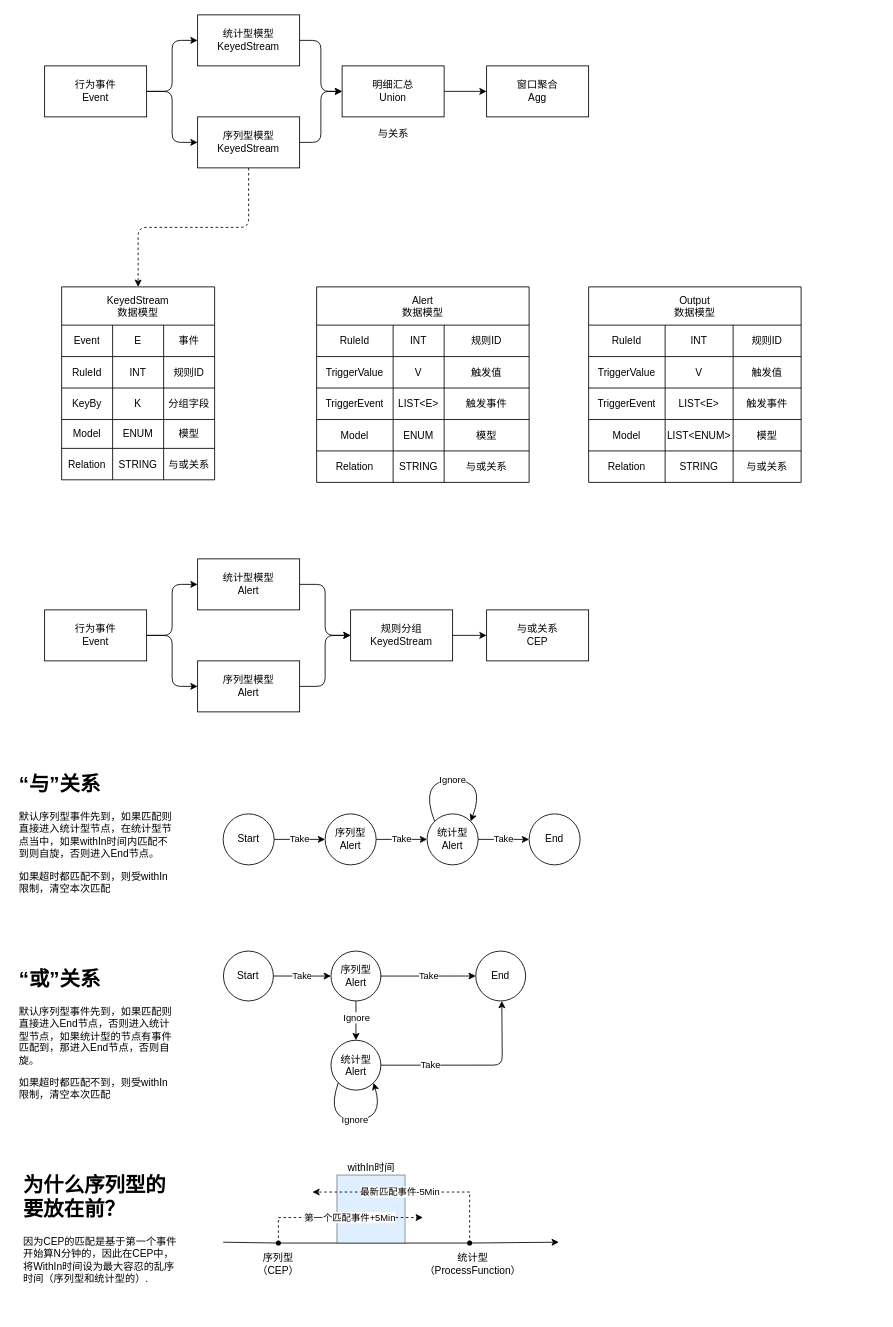
Before: cep.drawio in pengmide/draw, a draw.io diagram. Source tidied: cells renumbered, new cells numbered last; positions are measured from the earlier drawing's top-left corner, leaving out a move shared by most shapes. Both pictures are drawn from the tidied source at 85%, with x=0, y=0 at pixel (14, 14).
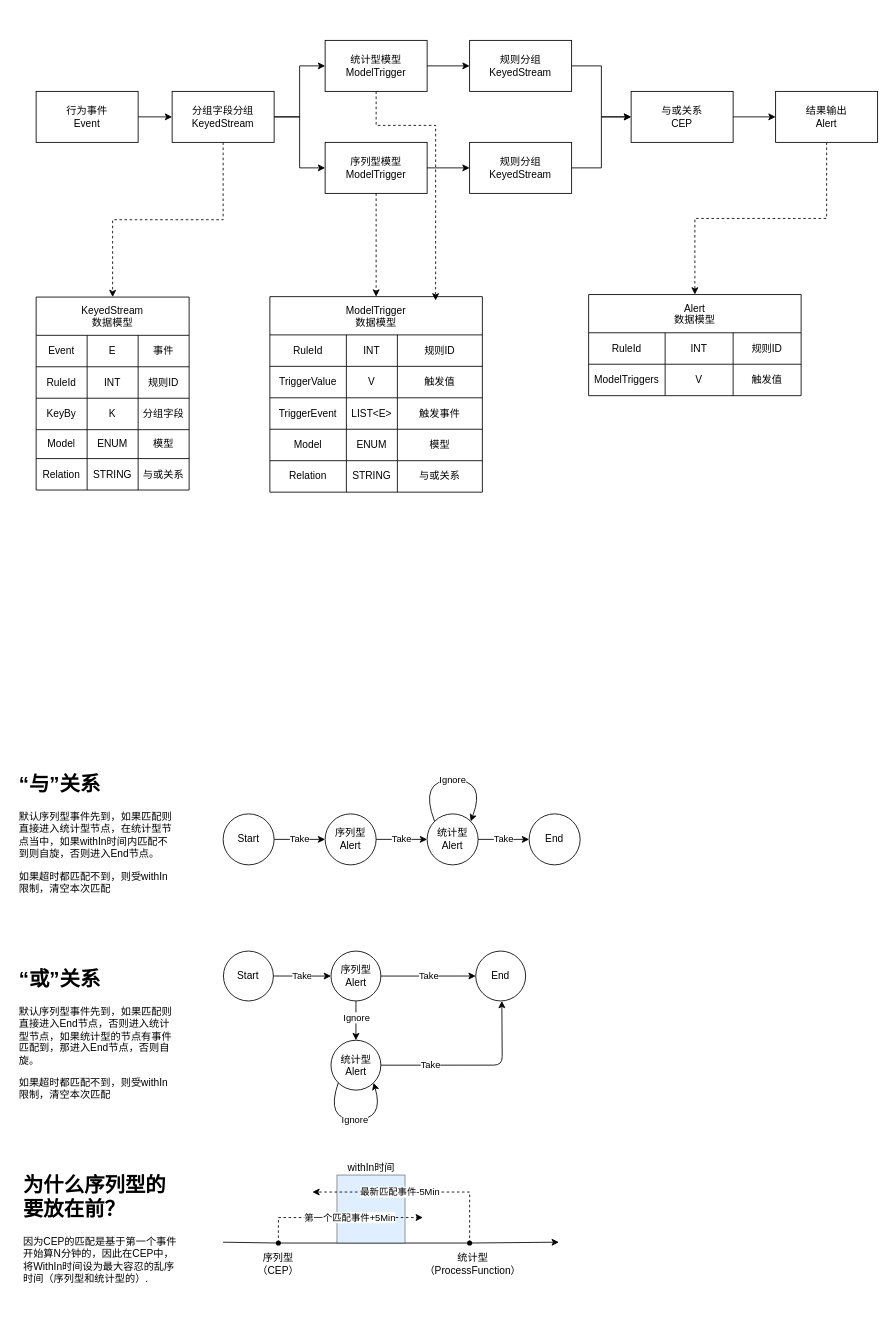
After the change.

The change refers to these unchanged cells:
```xml
<mxCell id="91" style="shape=tableRow;horizontal=0;startSize=0;swimlaneHead=0;swimlaneBody=0;top=0;left=0;bottom=0;right=0;fillColor=none;rounded=0;shadow=0;comic=0;sketch=0;" parent="86" vertex="1">
  <mxGeometry y="82" width="250" height="37" as="geometry" />
</mxCell>
```

Diff of the diagram source:
```diff
@@
-    <mxCell id="2" style="edgeStyle=orthogonalEdgeStyle;curved=0;rounded=1;sketch=0;jettySize=auto;html=1;" parent="1" edge="1" source="4" target="6">
-      <mxGeometry relative="1" as="geometry" />
-    </mxCell>
-    <mxCell id="3" style="edgeStyle=orthogonalEdgeStyle;curved=0;rounded=1;sketch=0;jettySize=auto;html=1;exitX=1;exitY=0.5;exitDx=0;exitDy=0;entryX=0;entryY=0.5;entryDx=0;entryDy=0;" parent="1" edge="1" source="4" target="9">
-      <mxGeometry relative="1" as="geometry" />
-    </mxCell>
-    <mxCell id="4" value="行为事件&lt;br&gt;Event" style="rounded=0;whiteSpace=wrap;html=1;" parent="1" vertex="1">
-      <mxGeometry x="35" y="60" width="120" height="60" as="geometry" />
-    </mxCell>
-    <mxCell id="5" style="edgeStyle=orthogonalEdgeStyle;curved=0;rounded=1;sketch=0;jettySize=auto;html=1;entryX=0;entryY=0.5;entryDx=0;entryDy=0;" parent="1" edge="1" source="6" target="11">
-      <mxGeometry relative="1" as="geometry" />
-    </mxCell>
-    <mxCell id="6" value="统计型模型&lt;br&gt;KeyedStream" style="rounded=0;whiteSpace=wrap;html=1;" parent="1" vertex="1">
-      <mxGeometry x="215" width="120" height="60" as="geometry" />
-    </mxCell>
-    <mxCell id="7" style="edgeStyle=orthogonalEdgeStyle;curved=0;rounded=1;sketch=0;jettySize=auto;html=1;entryX=0;entryY=0.5;entryDx=0;entryDy=0;" parent="1" edge="1" source="9" target="11">
-      <mxGeometry relative="1" as="geometry" />
-    </mxCell>
-    <mxCell id="8" style="edgeStyle=orthogonalEdgeStyle;curved=0;rounded=1;sketch=0;jettySize=auto;html=1;dashed=1;" parent="1" edge="1" source="9" target="15">
-      <mxGeometry relative="1" as="geometry" />
-    </mxCell>
-    <mxCell id="9" value="序列型模型&lt;br&gt;KeyedStream" style="rounded=0;whiteSpace=wrap;html=1;" parent="1" vertex="1">
-      <mxGeometry x="215" y="120" width="120" height="60" as="geometry" />
-    </mxCell>
-    <mxCell id="10" style="edgeStyle=orthogonalEdgeStyle;curved=0;rounded=1;sketch=0;jettySize=auto;html=1;" parent="1" edge="1" source="11" target="14">
-      <mxGeometry relative="1" as="geometry" />
-    </mxCell>
-    <mxCell id="11" value="明细汇总&lt;br&gt;Union" style="rounded=0;whiteSpace=wrap;html=1;" parent="1" vertex="1">
-      <mxGeometry x="385" y="60" width="120" height="60" as="geometry" />
-    </mxCell>
-    <mxCell id="12" style="edgeStyle=orthogonalEdgeStyle;curved=0;rounded=1;sketch=0;jettySize=auto;html=1;exitX=0.5;exitY=1;exitDx=0;exitDy=0;strokeColor=none;endArrow=none;" parent="1" edge="1" source="9">
-      <mxGeometry relative="1" as="geometry">
-        <mxPoint x="115" y="250" as="targetPoint" />
-      </mxGeometry>
-    </mxCell>
-    <mxCell id="13" value="与关系" style="text;html=1;align=center;verticalAlign=middle;strokeColor=none;fillColor=none;" parent="1" vertex="1">
-      <mxGeometry x="420" y="130" width="50" height="20" as="geometry" />
-    </mxCell>
-    <mxCell id="14" value="窗口聚合&lt;br&gt;Agg" style="whiteSpace=wrap;html=1;rounded=0;" parent="1" vertex="1">
-      <mxGeometry x="555" y="60" width="120" height="60" as="geometry" />
-    </mxCell>
     <mxCell id="15" value="KeyedStream&#10;数据模型" style="shape=table;startSize=45;childLayout=tableLayout;rounded=0;shadow=0;comic=0;sketch=0;" parent="1" vertex="1">
-      <mxGeometry x="55" y="320" width="180" height="227" as="geometry" />
+      <mxGeometry x="25" y="332" width="180" height="227" as="geometry" />
     </mxCell>
@@
-    <mxCell id="36" value="Alert&#10;数据模型" style="shape=table;startSize=45;childLayout=tableLayout;rounded=0;shadow=0;comic=0;sketch=0;fillColor=default;gradientColor=none;" parent="1" vertex="1">
-      <mxGeometry x="355" y="320" width="250" height="230" as="geometry" />
+    <mxCell id="36" value="ModelTrigger&#10;数据模型" style="shape=table;startSize=45;childLayout=tableLayout;rounded=0;shadow=0;comic=0;sketch=0;fillColor=default;gradientColor=none;" parent="1" vertex="1">
+      <mxGeometry x="300" y="331.5" width="250" height="230" as="geometry" />
     </mxCell>
@@
-    <mxCell id="57" style="edgeStyle=orthogonalEdgeStyle;curved=0;rounded=1;sketch=0;jettySize=auto;html=1;" parent="1" edge="1" source="59" target="61">
-      <mxGeometry relative="1" as="geometry" />
-    </mxCell>
-    <mxCell id="58" style="edgeStyle=orthogonalEdgeStyle;curved=0;rounded=1;sketch=0;jettySize=auto;html=1;exitX=1;exitY=0.5;exitDx=0;exitDy=0;entryX=0;entryY=0.5;entryDx=0;entryDy=0;" parent="1" edge="1" source="59" target="63">
-      <mxGeometry relative="1" as="geometry" />
-    </mxCell>
-    <mxCell id="59" value="行为事件&lt;br&gt;Event" style="rounded=0;whiteSpace=wrap;html=1;" parent="1" vertex="1">
-      <mxGeometry x="35" y="700" width="120" height="60" as="geometry" />
-    </mxCell>
-    <mxCell id="60" style="edgeStyle=orthogonalEdgeStyle;curved=0;rounded=1;sketch=0;jettySize=auto;html=1;entryX=0;entryY=0.5;entryDx=0;entryDy=0;" parent="1" edge="1" source="61" target="65">
-      <mxGeometry relative="1" as="geometry" />
-    </mxCell>
-    <mxCell id="61" value="统计型模型&lt;br&gt;Alert" style="rounded=0;whiteSpace=wrap;html=1;" parent="1" vertex="1">
-      <mxGeometry x="215" y="640" width="120" height="60" as="geometry" />
-    </mxCell>
-    <mxCell id="62" style="edgeStyle=orthogonalEdgeStyle;curved=0;rounded=1;sketch=0;jettySize=auto;html=1;entryX=0;entryY=0.5;entryDx=0;entryDy=0;" parent="1" edge="1" source="63" target="65">
-      <mxGeometry relative="1" as="geometry" />
-    </mxCell>
-    <mxCell id="63" value="序列型模型&lt;br&gt;Alert" style="rounded=0;whiteSpace=wrap;html=1;" parent="1" vertex="1">
-      <mxGeometry x="215" y="760" width="120" height="60" as="geometry" />
-    </mxCell>
-    <mxCell id="64" style="edgeStyle=orthogonalEdgeStyle;rounded=0;jettySize=auto;html=1;" parent="1" edge="1" source="65" target="66">
-      <mxGeometry relative="1" as="geometry" />
-    </mxCell>
-    <mxCell id="65" value="规则分组&lt;br&gt;KeyedStream" style="rounded=0;whiteSpace=wrap;html=1;" parent="1" vertex="1">
-      <mxGeometry x="395" y="700" width="120" height="60" as="geometry" />
-    </mxCell>
-    <mxCell id="66" value="与或关系&lt;br&gt;CEP" style="rounded=0;whiteSpace=wrap;html=1;" parent="1" vertex="1">
-      <mxGeometry x="555" y="700" width="120" height="60" as="geometry" />
-    </mxCell>
@@
-    <mxCell id="86" value="Output&#10;数据模型" style="shape=table;startSize=45;childLayout=tableLayout;rounded=0;shadow=0;comic=0;sketch=0;fillColor=default;gradientColor=none;" parent="1" vertex="1">
-      <mxGeometry x="675" y="320" width="250" height="230" as="geometry" />
+    <mxCell id="86" value="Alert&#10;数据模型" style="shape=table;startSize=45;childLayout=tableLayout;rounded=0;shadow=0;comic=0;sketch=0;fillColor=default;gradientColor=none;" parent="1" vertex="1">
+      <mxGeometry x="675" y="329" width="250" height="119" as="geometry" />
     </mxCell>
@@
-    <mxCell id="92" value="TriggerValue" style="shape=partialRectangle;html=1;whiteSpace=wrap;overflow=hidden;fillColor=none;top=0;left=0;bottom=0;right=0;rounded=0;shadow=0;comic=0;sketch=0;startSize=0;" parent="91" vertex="1">
+    <mxCell id="92" value="ModelTriggers" style="shape=partialRectangle;html=1;whiteSpace=wrap;overflow=hidden;fillColor=none;top=0;left=0;bottom=0;right=0;rounded=0;shadow=0;comic=0;sketch=0;startSize=0;" parent="91" vertex="1">
       <mxGeometry width="90" height="37" as="geometry" />
     </mxCell>
@@
-    <mxCell id="95" style="shape=tableRow;horizontal=0;startSize=0;swimlaneHead=0;swimlaneBody=0;top=0;left=0;bottom=0;right=0;fillColor=none;rounded=0;shadow=0;comic=0;sketch=0;" parent="86" vertex="1">
-      <mxGeometry y="119" width="250" height="37" as="geometry" />
-    </mxCell>
-    <mxCell id="96" value="TriggerEvent" style="shape=partialRectangle;html=1;whiteSpace=wrap;overflow=hidden;fillColor=none;top=0;left=0;bottom=0;right=0;rounded=0;shadow=0;comic=0;sketch=0;startSize=0;" parent="95" vertex="1">
-      <mxGeometry width="90" height="37" as="geometry" />
-    </mxCell>
-    <mxCell id="97" value="LIST&amp;lt;E&amp;gt;" style="shape=partialRectangle;html=1;whiteSpace=wrap;overflow=hidden;fillColor=none;top=0;left=0;bottom=0;right=0;rounded=0;shadow=0;comic=0;sketch=0;startSize=0;" parent="95" vertex="1">
-      <mxGeometry x="90" width="80" height="37" as="geometry" />
-    </mxCell>
-    <mxCell id="98" value="触发事件" style="shape=partialRectangle;html=1;whiteSpace=wrap;overflow=hidden;fillColor=none;top=0;left=0;bottom=0;right=0;rounded=0;shadow=0;comic=0;sketch=0;startSize=0;" parent="95" vertex="1">
-      <mxGeometry x="170" width="80" height="37" as="geometry" />
-    </mxCell>
-    <mxCell id="99" style="shape=tableRow;horizontal=0;startSize=0;swimlaneHead=0;swimlaneBody=0;top=0;left=0;bottom=0;right=0;fillColor=none;rounded=0;shadow=0;comic=0;sketch=0;" parent="86" vertex="1">
-      <mxGeometry y="156" width="250" height="37" as="geometry" />
-    </mxCell>
-    <mxCell id="100" value="&lt;span&gt;Model&lt;/span&gt;" style="shape=partialRectangle;html=1;whiteSpace=wrap;overflow=hidden;fillColor=none;top=0;left=0;bottom=0;right=0;rounded=0;shadow=0;comic=0;sketch=0;startSize=0;" parent="99" vertex="1">
-      <mxGeometry width="90" height="37" as="geometry" />
-    </mxCell>
-    <mxCell id="101" value="&lt;span&gt;LIST&amp;lt;ENUM&amp;gt;&lt;/span&gt;" style="shape=partialRectangle;html=1;whiteSpace=wrap;overflow=hidden;fillColor=none;top=0;left=0;bottom=0;right=0;rounded=0;shadow=0;comic=0;sketch=0;startSize=0;" parent="99" vertex="1">
-      <mxGeometry x="90" width="80" height="37" as="geometry" />
-    </mxCell>
-    <mxCell id="102" value="&lt;span&gt;模型&lt;/span&gt;" style="shape=partialRectangle;html=1;whiteSpace=wrap;overflow=hidden;fillColor=none;top=0;left=0;bottom=0;right=0;rounded=0;shadow=0;comic=0;sketch=0;startSize=0;" parent="99" vertex="1">
-      <mxGeometry x="170" width="80" height="37" as="geometry" />
-    </mxCell>
-    <mxCell id="103" style="shape=tableRow;horizontal=0;startSize=0;swimlaneHead=0;swimlaneBody=0;top=0;left=0;bottom=0;right=0;fillColor=none;rounded=0;shadow=0;comic=0;sketch=0;" parent="86" vertex="1">
-      <mxGeometry y="193" width="250" height="37" as="geometry" />
-    </mxCell>
-    <mxCell id="104" value="&lt;span&gt;Relation&lt;/span&gt;" style="shape=partialRectangle;html=1;whiteSpace=wrap;overflow=hidden;fillColor=none;top=0;left=0;bottom=0;right=0;rounded=0;shadow=0;comic=0;sketch=0;startSize=0;" parent="103" vertex="1">
-      <mxGeometry width="90" height="37" as="geometry" />
-    </mxCell>
-    <mxCell id="105" value="&lt;span&gt;STRING&lt;/span&gt;" style="shape=partialRectangle;html=1;whiteSpace=wrap;overflow=hidden;fillColor=none;top=0;left=0;bottom=0;right=0;rounded=0;shadow=0;comic=0;sketch=0;startSize=0;" parent="103" vertex="1">
-      <mxGeometry x="90" width="80" height="37" as="geometry" />
-    </mxCell>
-    <mxCell id="106" value="&lt;span&gt;与或关系&lt;/span&gt;" style="shape=partialRectangle;html=1;whiteSpace=wrap;overflow=hidden;fillColor=none;top=0;left=0;bottom=0;right=0;rounded=0;shadow=0;comic=0;sketch=0;startSize=0;" parent="103" vertex="1">
-      <mxGeometry x="170" width="80" height="37" as="geometry" />
-    </mxCell>
@@
+    <mxCell id="127" style="group;" parent="1" vertex="1">
+      <mxGeometry x="25" y="30" width="820" height="180" as="geometry" />
+    </mxCell>
+    <mxCell id="59" value="行为事件&lt;br&gt;Event" style="rounded=0;whiteSpace=wrap;html=1;" parent="127" vertex="1">
+      <mxGeometry y="60" width="120" height="60" as="geometry" />
+    </mxCell>
+    <mxCell id="61" value="统计型模型&lt;br&gt;&lt;span&gt;ModelTrigger&lt;/span&gt;" style="rounded=0;whiteSpace=wrap;html=1;" parent="127" vertex="1">
+      <mxGeometry x="340" width="120" height="60" as="geometry" />
+    </mxCell>
+    <mxCell id="63" value="序列型模型&lt;br&gt;&lt;span&gt;ModelTrigger&lt;/span&gt;" style="rounded=0;whiteSpace=wrap;html=1;" parent="127" vertex="1">
+      <mxGeometry x="340" y="120" width="120" height="60" as="geometry" />
+    </mxCell>
+    <mxCell id="65" value="规则分组&lt;br&gt;KeyedStream" style="rounded=0;whiteSpace=wrap;html=1;" parent="127" vertex="1">
+      <mxGeometry x="510" width="120" height="60" as="geometry" />
+    </mxCell>
+    <mxCell id="60" style="edgeStyle=orthogonalEdgeStyle;curved=0;rounded=1;sketch=0;jettySize=auto;html=1;entryX=0;entryY=0.5;entryDx=0;entryDy=0;" parent="127" edge="1" source="61" target="65">
+      <mxGeometry relative="1" as="geometry" />
+    </mxCell>
+    <mxCell id="66" value="与或关系&lt;br&gt;CEP" style="rounded=0;whiteSpace=wrap;html=1;" parent="127" vertex="1">
+      <mxGeometry x="700" y="60" width="120" height="60" as="geometry" />
+    </mxCell>
+    <mxCell id="64" style="edgeStyle=orthogonalEdgeStyle;rounded=0;jettySize=auto;html=1;" parent="127" edge="1" source="65" target="66">
+      <mxGeometry relative="1" as="geometry" />
+    </mxCell>
+    <mxCell id="128" style="edgeStyle=orthogonalEdgeStyle;rounded=0;jettySize=auto;html=1;exitX=1;exitY=0.5;exitDx=0;exitDy=0;entryX=0;entryY=0.5;entryDx=0;entryDy=0;" parent="127" edge="1" source="129" target="66">
+      <mxGeometry relative="1" as="geometry" />
+    </mxCell>
+    <mxCell id="129" value="规则分组&lt;br&gt;KeyedStream" style="rounded=0;whiteSpace=wrap;html=1;" parent="127" vertex="1">
+      <mxGeometry x="510" y="120" width="120" height="60" as="geometry" />
+    </mxCell>
+    <mxCell id="62" style="edgeStyle=orthogonalEdgeStyle;curved=0;rounded=1;sketch=0;jettySize=auto;html=1;entryX=0;entryY=0.5;entryDx=0;entryDy=0;" parent="127" edge="1" source="63" target="129">
+      <mxGeometry relative="1" as="geometry" />
+    </mxCell>
+    <mxCell id="130" style="edgeStyle=orthogonalEdgeStyle;rounded=0;jettySize=auto;html=1;exitX=1;exitY=0.5;exitDx=0;exitDy=0;entryX=0;entryY=0.5;entryDx=0;entryDy=0;" parent="127" edge="1" source="132" target="61">
+      <mxGeometry relative="1" as="geometry" />
+    </mxCell>
+    <mxCell id="131" style="edgeStyle=orthogonalEdgeStyle;rounded=0;jettySize=auto;html=1;exitX=1;exitY=0.5;exitDx=0;exitDy=0;entryX=0;entryY=0.5;entryDx=0;entryDy=0;" parent="127" edge="1" source="132" target="63">
+      <mxGeometry relative="1" as="geometry" />
+    </mxCell>
+    <mxCell id="132" value="分组字段分组&lt;br&gt;KeyedStream" style="whiteSpace=wrap;html=1;rounded=0;" parent="127" vertex="1">
+      <mxGeometry x="160" y="60" width="120" height="60" as="geometry" />
+    </mxCell>
+    <mxCell id="133" style="edgeStyle=orthogonalEdgeStyle;rounded=0;jettySize=auto;html=1;" parent="127" edge="1" source="59" target="132">
+      <mxGeometry relative="1" as="geometry" />
+    </mxCell>
+    <mxCell id="134" style="edgeStyle=orthogonalEdgeStyle;rounded=0;jettySize=auto;html=1;exitX=0.5;exitY=1;exitDx=0;exitDy=0;entryX=0.5;entryY=0;entryDx=0;entryDy=0;dashed=1;" parent="1" edge="1" source="132" target="15">
+      <mxGeometry relative="1" as="geometry" />
+    </mxCell>
+    <mxCell id="135" style="edgeStyle=orthogonalEdgeStyle;rounded=0;jettySize=auto;html=1;exitX=0.5;exitY=1;exitDx=0;exitDy=0;entryX=0.5;entryY=0;entryDx=0;entryDy=0;dashed=1;" parent="1" edge="1" source="63" target="36">
+      <mxGeometry relative="1" as="geometry" />
+    </mxCell>
+    <mxCell id="136" style="edgeStyle=orthogonalEdgeStyle;rounded=0;jettySize=auto;html=1;exitX=0.5;exitY=1;exitDx=0;exitDy=0;dashed=1;" parent="1" edge="1" source="61">
+      <mxGeometry relative="1" as="geometry">
+        <mxPoint x="495" y="336" as="targetPoint" />
+        <Array as="points">
+          <mxPoint x="425" y="130" />
+          <mxPoint x="495" y="130" />
+          <mxPoint x="495" y="336" />
+        </Array>
+      </mxGeometry>
+    </mxCell>
+    <mxCell id="137" style="edgeStyle=orthogonalEdgeStyle;rounded=0;jettySize=auto;html=1;exitX=0.5;exitY=1;exitDx=0;exitDy=0;dashed=1;" parent="1" edge="1" source="138" target="86">
+      <mxGeometry relative="1" as="geometry" />
+    </mxCell>
+    <mxCell id="138" value="结果输出&lt;br&gt;Alert" style="whiteSpace=wrap;html=1;rounded=0;" parent="1" vertex="1">
+      <mxGeometry x="895" y="90" width="120" height="60" as="geometry" />
+    </mxCell>
+    <mxCell id="139" style="edgeStyle=orthogonalEdgeStyle;rounded=0;jettySize=auto;html=1;" parent="1" edge="1" source="66" target="138">
+      <mxGeometry relative="1" as="geometry" />
+    </mxCell>
```
